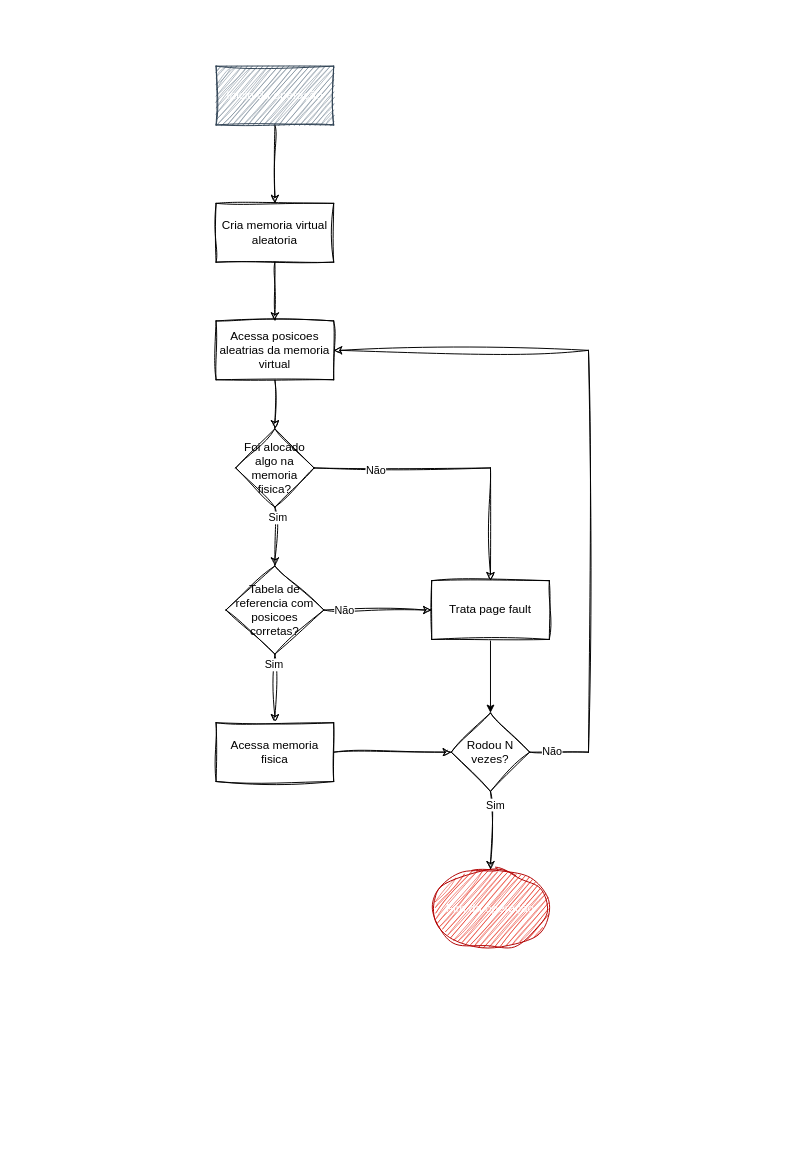
Above: docs/diagrama_simulador.drawio in chicosbg/Simulador-Gerenciador-de-Memoria (draw.io), before the change. Source tidied: cells renumbered, new cells numbered last; positions are measured from the earlier drawing's top-left corner, leaving out a move shared by most shapes. Both pictures are drawn from the tidied source at 98%, with x=0, y=0 at pixel (216, 66).
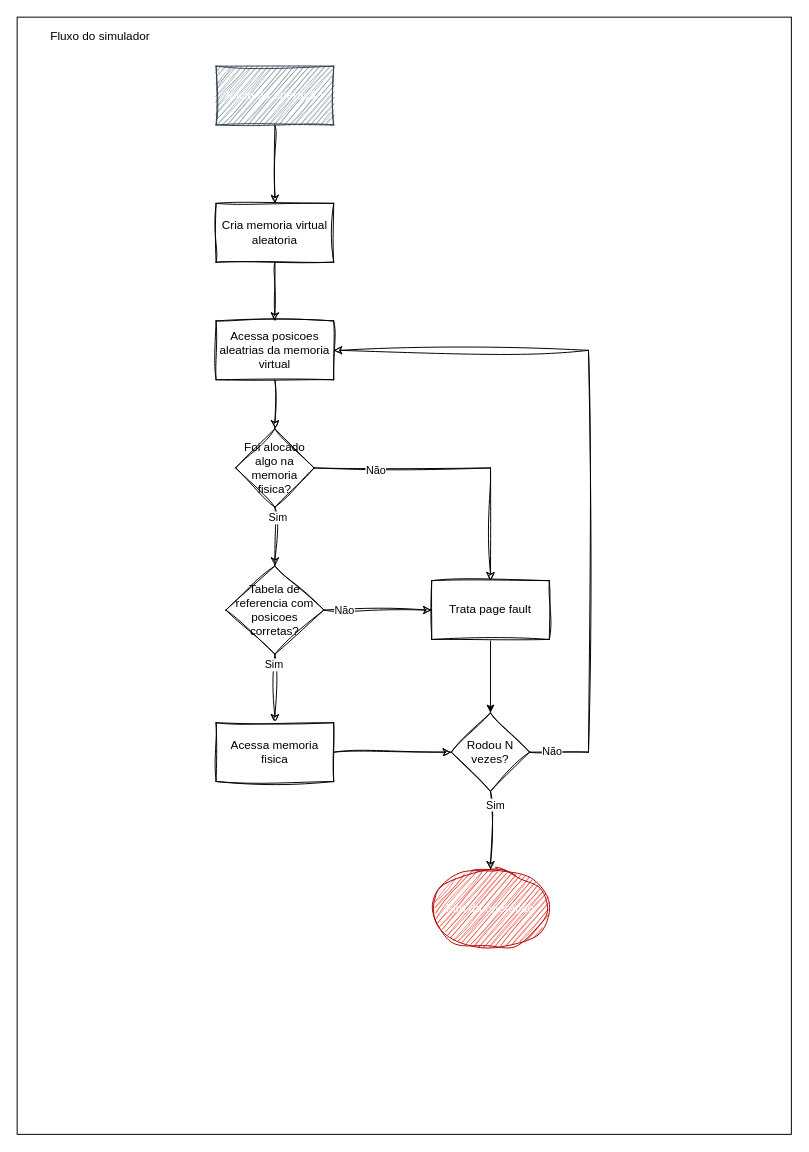
After the change.

Change to the diagram source:
```diff
@@
+    <mxCell id="28" style="rounded=0;whiteSpace=wrap;html=1;fillColor=none;" parent="1" vertex="1">
+      <mxGeometry x="-203" y="-50" width="790" height="1140" as="geometry" />
+    </mxCell>
@@
+    <mxCell id="29" value="Fluxo do simulador" style="text;html=1;align=center;verticalAlign=middle;whiteSpace=wrap;rounded=0;" parent="1" vertex="1">
+      <mxGeometry x="-193" y="-40" width="150" height="20" as="geometry" />
+    </mxCell>
```
